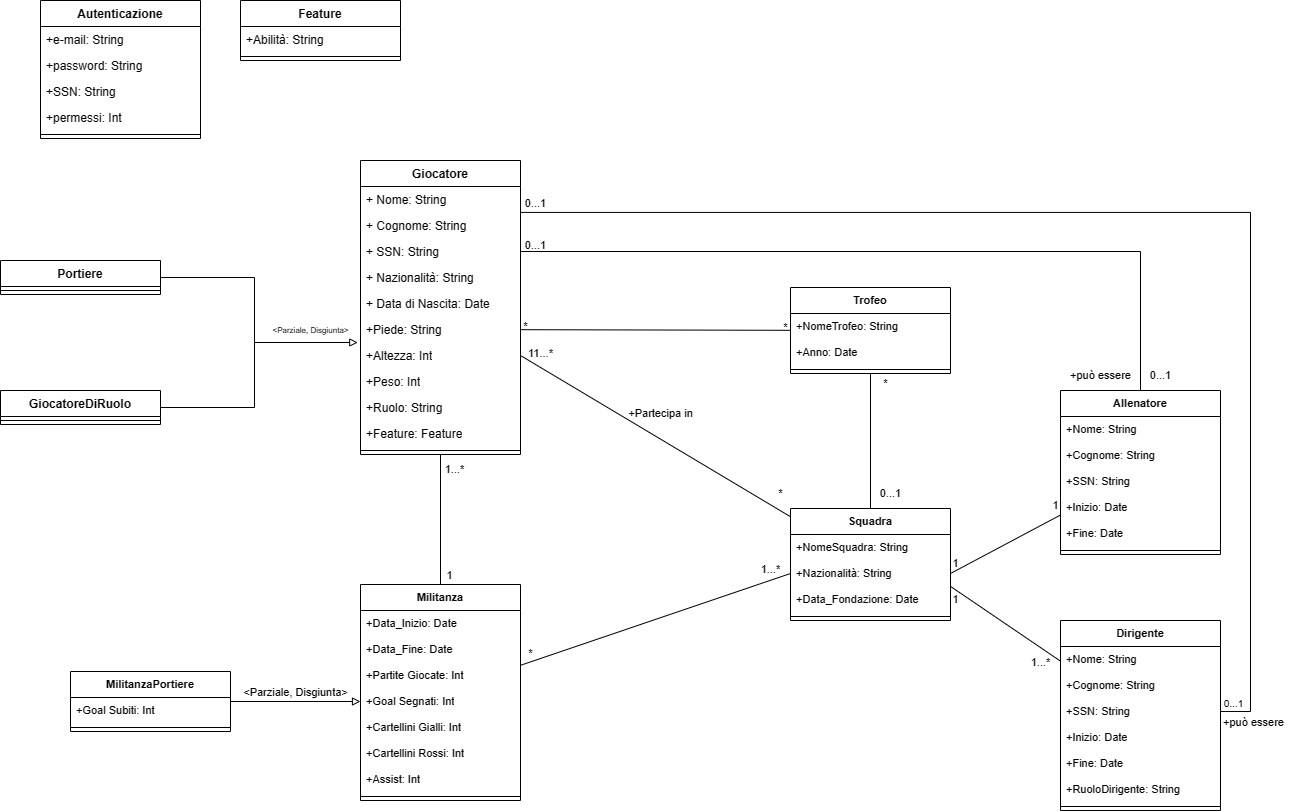
Before: Diagrammi UML/Quinta bozza UML.png, a diagram exported from draw.io (Kirby191/Progetto-BD-OO). Source tidied: cells renumbered, new cells last; positions are measured from the earlier drawing's top-left corner, leaving out a move shared by most shapes.
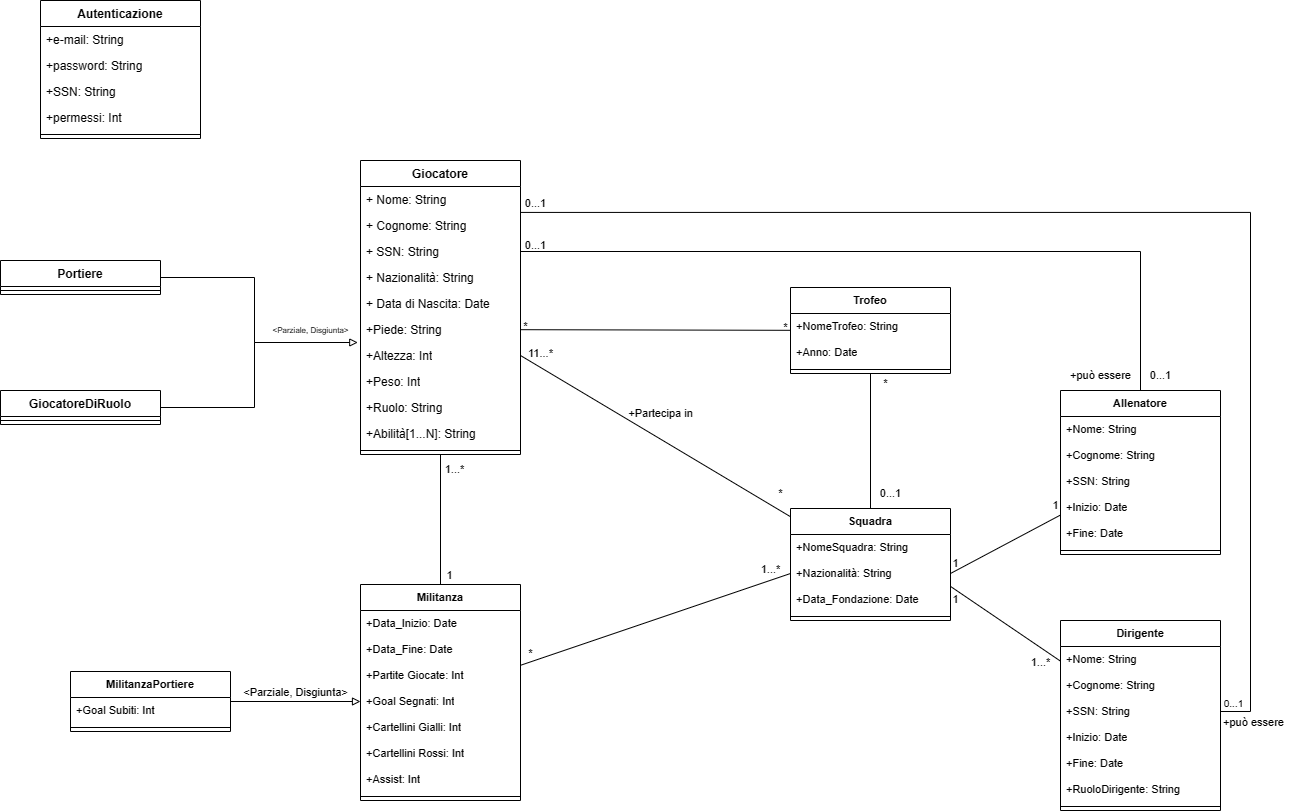
The same diagram one commit later.

The edit, as a diff of the source:
```diff
@@ -50,21 +50,12 @@
     <mxCell id="17" value="+Ruolo: String" style="text;strokeColor=none;fillColor=none;align=left;verticalAlign=top;spacingLeft=4;spacingRight=4;overflow=hidden;whiteSpace=wrap;html=1;" parent="8" vertex="1">
       <mxGeometry y="234" width="160" height="26" as="geometry" />
     </mxCell>
-    <mxCell id="18" value="+Feature: Feature" style="text;strokeColor=none;fillColor=none;align=left;verticalAlign=top;spacingLeft=4;spacingRight=4;overflow=hidden;whiteSpace=wrap;html=1;" parent="8" vertex="1">
+    <mxCell id="18" value="+Abilità[1...N]: String" style="text;strokeColor=none;fillColor=none;align=left;verticalAlign=top;spacingLeft=4;spacingRight=4;overflow=hidden;whiteSpace=wrap;html=1;" parent="8" vertex="1">
       <mxGeometry y="260" width="160" height="26" as="geometry" />
     </mxCell>
     <mxCell id="19" style="line;strokeWidth=1;fillColor=none;align=left;verticalAlign=middle;spacingTop=-1;spacingLeft=3;spacingRight=3;labelPosition=right;points=[];portConstraint=eastwest;strokeColor=inherit;" parent="8" vertex="1">
       <mxGeometry y="286" width="160" height="8" as="geometry" />
     </mxCell>
-    <mxCell id="20" value="Feature" style="swimlane;fontStyle=1;align=center;verticalAlign=top;horizontal=1;startSize=26;whiteSpace=wrap;html=1;" parent="1" vertex="1">
-      <mxGeometry x="240" width="160" height="60" as="geometry" />
-    </mxCell>
-    <mxCell id="21" value="+Abilità: String" style="text;strokeColor=none;fillColor=none;align=left;verticalAlign=top;spacingLeft=4;spacingRight=4;overflow=hidden;whiteSpace=wrap;html=1;" parent="20" vertex="1">
-      <mxGeometry y="26" width="160" height="26" as="geometry" />
-    </mxCell>
-    <mxCell id="22" style="line;strokeWidth=1;fillColor=none;align=left;verticalAlign=middle;spacingTop=-1;spacingLeft=3;spacingRight=3;labelPosition=right;strokeColor=inherit;" parent="20" vertex="1">
-      <mxGeometry y="52" width="160" height="8" as="geometry" />
-    </mxCell>
     <mxCell id="23" style="edgeStyle=elbowEdgeStyle;shape=connector;rounded=0;jettySize=auto;html=1;labelBackgroundColor=default;strokeColor=default;align=center;verticalAlign=middle;fontFamily=Helvetica;fontSize=11;fontColor=default;endArrow=block;endFill=0;entryX=-0.017;entryY=1;entryDx=0;entryDy=0;entryPerimeter=0;" parent="1" edge="1" target="14">
       <mxGeometry relative="1" as="geometry">
         <mxPoint x="150" y="277" as="sourcePoint" />
```
